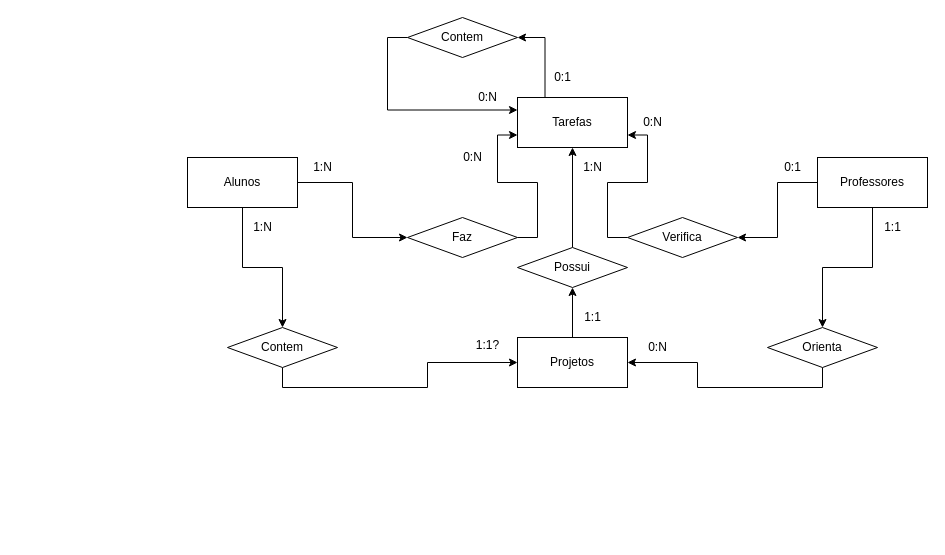
gilberto-009199/draw.io keeps this draw.io diagram as Copy of Banco de dados - AC1.drawio. Above is the earlier version. Source tidied: cells renumbered, new cells numbered last; positions are measured from the earlier drawing's top-left corner, leaving out a move shared by most shapes. Both pictures are drawn from the tidied source at 100%, with x=0, y=0 at pixel (187, 17).
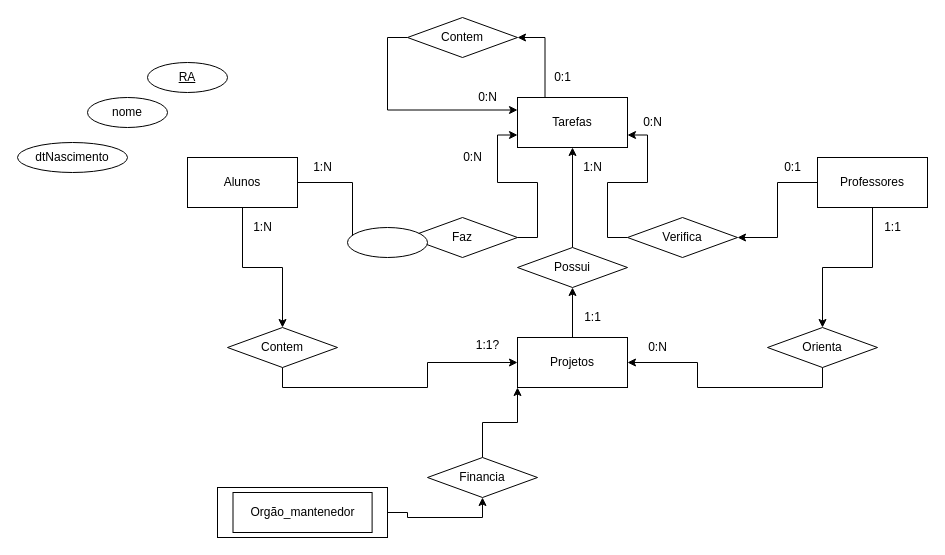
The same page after the edit.

The change refers to these unchanged cells:
```xml
<mxCell id="3" value="Projetos" style="rounded=0;whiteSpace=wrap;html=1;" parent="1" vertex="1">
  <mxGeometry x="330" y="320" width="110" height="50" as="geometry" />
</mxCell>
```

Change to the diagram source:
```diff
@@
+    <mxCell id="37" value="&lt;u&gt;RA&lt;/u&gt;" style="ellipse;whiteSpace=wrap;html=1;" parent="1" vertex="1">
+      <mxGeometry x="-40" y="45" width="80" height="30" as="geometry" />
+    </mxCell>
+    <mxCell id="38" style="group;" parent="1" vertex="1">
+      <mxGeometry x="30" y="470" width="170" height="50" as="geometry" />
+    </mxCell>
+    <mxCell id="39" style="rounded=0;whiteSpace=wrap;html=1;" parent="38" vertex="1">
+      <mxGeometry width="170" height="50" as="geometry" />
+    </mxCell>
+    <mxCell id="40" value="&lt;div style=&quot;text-align: justify&quot;&gt;Orgão_mantenedor&lt;/div&gt;" style="rounded=0;whiteSpace=wrap;html=1;" parent="38" vertex="1">
+      <mxGeometry x="15.5" y="5" width="139.1" height="40" as="geometry" />
+    </mxCell>
+    <mxCell id="41" style="edgeStyle=orthogonalEdgeStyle;rounded=0;jettySize=auto;html=1;exitX=0.5;exitY=0;exitDx=0;exitDy=0;entryX=0;entryY=1;entryDx=0;entryDy=0;" parent="1" edge="1" source="42" target="3">
+      <mxGeometry relative="1" as="geometry" />
+    </mxCell>
+    <mxCell id="42" value="Financia" style="rhombus;whiteSpace=wrap;html=1;" parent="1" vertex="1">
+      <mxGeometry x="240" y="440" width="110" height="40" as="geometry" />
+    </mxCell>
+    <mxCell id="43" style="edgeStyle=orthogonalEdgeStyle;rounded=0;jettySize=auto;html=1;exitX=1;exitY=0.5;exitDx=0;exitDy=0;entryX=0.5;entryY=1;entryDx=0;entryDy=0;" parent="1" edge="1" source="39" target="42">
+      <mxGeometry relative="1" as="geometry" />
+    </mxCell>
+    <mxCell id="44" style="ellipse;whiteSpace=wrap;html=1;" parent="1" vertex="1">
+      <mxGeometry x="160" y="210" width="80" height="30" as="geometry" />
+    </mxCell>
+    <mxCell id="45" value="nome" style="ellipse;whiteSpace=wrap;html=1;" parent="1" vertex="1">
+      <mxGeometry x="-100" y="80" width="80" height="30" as="geometry" />
+    </mxCell>
+    <mxCell id="46" value="dtNascimento" style="ellipse;whiteSpace=wrap;html=1;" parent="1" vertex="1">
+      <mxGeometry x="-170" y="125" width="110" height="30" as="geometry" />
+    </mxCell>
```
